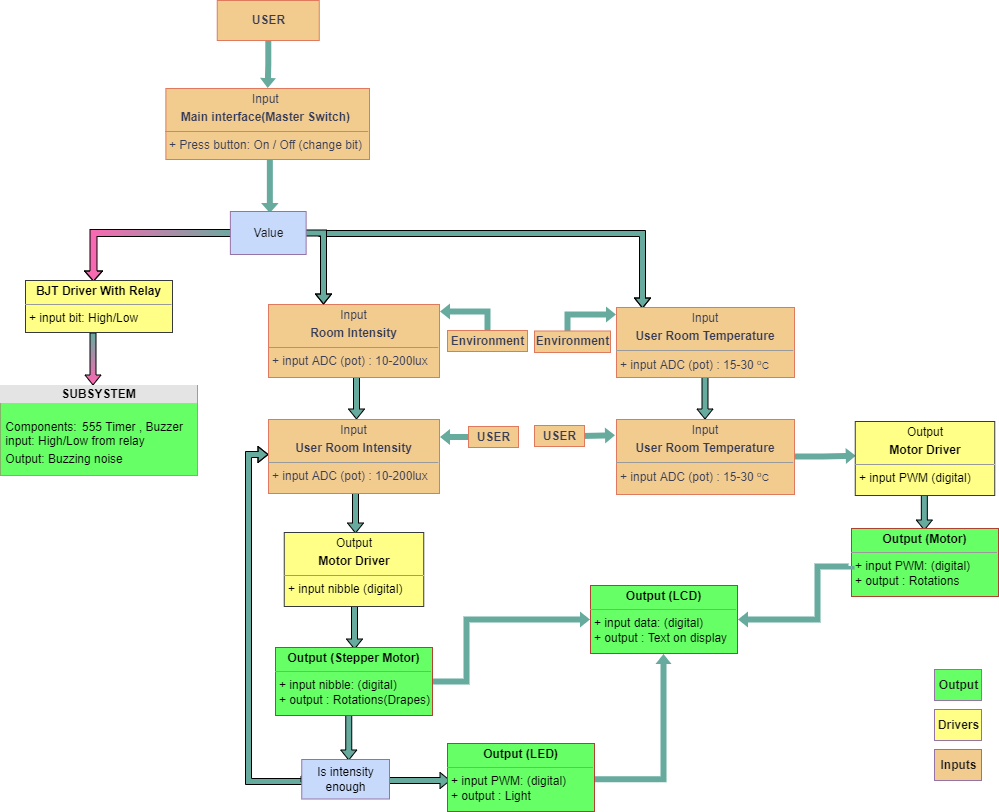
praveenraj2001/M2-EmbSys keeps this draw.io diagram as Project/6_ImagesAndVideos/LL_UML_without_BG.png. Above is the earlier version. Source tidied: cells renumbered, new cells last; positions are measured from the earlier drawing's top-left corner, leaving out a move shared by most shapes.
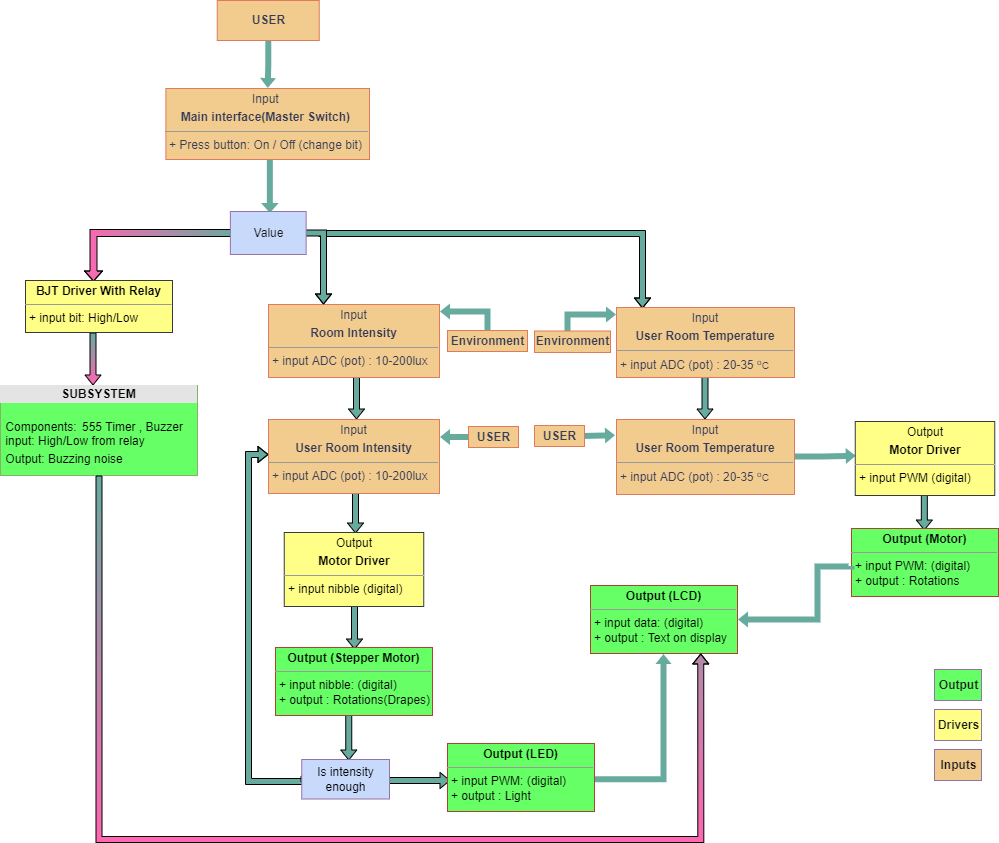
The same diagram one commit later.

The edit, as a diff of the source:
```diff
@@ -132,7 +132,7 @@
     <mxCell id="24" value="&lt;b&gt;USER&lt;/b&gt;" style="html=1;fillColor=#F2CC8F;strokeColor=#E07A5F;fontColor=#393C56;labelBackgroundColor=none;labelBorderColor=none;" parent="1" vertex="1">
       <mxGeometry x="468" y="426" width="50" height="21" as="geometry" />
     </mxCell>
-    <mxCell id="25" value="&lt;p style=&quot;margin: 0px ; margin-top: 4px ; text-align: center&quot;&gt;Input&lt;/p&gt;&lt;p style=&quot;margin: 0px ; margin-top: 4px ; text-align: center&quot;&gt;&lt;b&gt;User Room Temperature&lt;/b&gt;&lt;/p&gt;&lt;hr size=&quot;1&quot;&gt;&lt;p style=&quot;margin: 0px ; margin-left: 4px&quot;&gt;+ input ADC (pot) : 15-30 &lt;span style=&quot;font-size: 10px&quot;&gt;&lt;sup&gt;o&lt;/sup&gt;C&lt;/span&gt;&lt;/p&gt;&lt;br&gt;&lt;p style=&quot;margin: 0px ; margin-left: 4px&quot;&gt;&amp;nbsp;&lt;br&gt;&lt;/p&gt;" style="verticalAlign=top;align=left;overflow=fill;fontSize=12;fontFamily=Helvetica;html=1;fillColor=#F2CC8F;strokeColor=#E07A5F;fontColor=#393C56;" parent="1" vertex="1">
+    <mxCell id="25" value="&lt;p style=&quot;margin: 0px ; margin-top: 4px ; text-align: center&quot;&gt;Input&lt;/p&gt;&lt;p style=&quot;margin: 0px ; margin-top: 4px ; text-align: center&quot;&gt;&lt;b&gt;User Room Temperature&lt;/b&gt;&lt;/p&gt;&lt;hr size=&quot;1&quot;&gt;&lt;p style=&quot;margin: 0px ; margin-left: 4px&quot;&gt;+ input ADC (pot) : 20-35&amp;nbsp;&lt;span style=&quot;font-size: 10px&quot;&gt;&lt;sup&gt;o&lt;/sup&gt;C&lt;/span&gt;&lt;/p&gt;&lt;br&gt;&lt;p style=&quot;margin: 0px ; margin-left: 4px&quot;&gt;&amp;nbsp;&lt;br&gt;&lt;/p&gt;" style="verticalAlign=top;align=left;overflow=fill;fontSize=12;fontFamily=Helvetica;html=1;fillColor=#F2CC8F;strokeColor=#E07A5F;fontColor=#393C56;" parent="1" vertex="1">
       <mxGeometry x="616" y="419" width="178" height="75" as="geometry" />
     </mxCell>
     <mxCell id="26" style="edgeStyle=orthogonalEdgeStyle;rounded=0;orthogonalLoop=1;jettySize=auto;html=1;fontColor=#393C56;labelBackgroundColor=#F4F1DE;strokeColor=none;shape=flexArrow;endSize=3;startSize=3;targetPerimeterSpacing=0;sourcePerimeterSpacing=0;strokeWidth=1;fillColor=#67AB9F;width=6;endWidth=9;exitX=1;exitY=0.5;exitDx=0;exitDy=0;" parent="1" edge="1">
@@ -161,7 +161,7 @@
     <mxCell id="30" value="&lt;b&gt;Environment&lt;/b&gt;" style="html=1;fillColor=#F2CC8F;strokeColor=#E07A5F;fontColor=#393C56;labelBackgroundColor=none;labelBorderColor=none;" parent="1" vertex="1">
       <mxGeometry x="447" y="330" width="80" height="21" as="geometry" />
     </mxCell>
-    <mxCell id="31" value="&lt;p style=&quot;margin: 0px ; margin-top: 4px ; text-align: center&quot;&gt;Input&lt;/p&gt;&lt;p style=&quot;margin: 0px ; margin-top: 4px ; text-align: center&quot;&gt;&lt;b&gt;User Room Temperature&lt;/b&gt;&lt;/p&gt;&lt;hr size=&quot;1&quot;&gt;&lt;p style=&quot;margin: 0px ; margin-left: 4px&quot;&gt;+ input ADC (pot) : 15-30 &lt;span style=&quot;font-size: 10px&quot;&gt;&lt;sup&gt;o&lt;/sup&gt;C&lt;/span&gt;&lt;/p&gt;&lt;br&gt;&lt;p style=&quot;margin: 0px ; margin-left: 4px&quot;&gt;&amp;nbsp;&lt;br&gt;&lt;/p&gt;" style="verticalAlign=top;align=left;overflow=fill;fontSize=12;fontFamily=Helvetica;html=1;fillColor=#F2CC8F;strokeColor=#E07A5F;fontColor=#393C56;" parent="1" vertex="1">
+    <mxCell id="31" value="&lt;p style=&quot;margin: 0px ; margin-top: 4px ; text-align: center&quot;&gt;Input&lt;/p&gt;&lt;p style=&quot;margin: 0px ; margin-top: 4px ; text-align: center&quot;&gt;&lt;b&gt;User Room Temperature&lt;/b&gt;&lt;/p&gt;&lt;hr size=&quot;1&quot;&gt;&lt;p style=&quot;margin: 0px ; margin-left: 4px&quot;&gt;+ input ADC (pot) : 20-35&amp;nbsp;&lt;span style=&quot;font-size: 10px&quot;&gt;&lt;sup&gt;o&lt;/sup&gt;C&lt;/span&gt;&lt;/p&gt;&lt;br&gt;&lt;p style=&quot;margin: 0px ; margin-left: 4px&quot;&gt;&amp;nbsp;&lt;br&gt;&lt;/p&gt;" style="verticalAlign=top;align=left;overflow=fill;fontSize=12;fontFamily=Helvetica;html=1;fillColor=#F2CC8F;strokeColor=#E07A5F;fontColor=#393C56;" parent="1" vertex="1">
       <mxGeometry x="616" y="307" width="178" height="70" as="geometry" />
     </mxCell>
     <mxCell id="32" style="edgeStyle=orthogonalEdgeStyle;rounded=0;orthogonalLoop=1;jettySize=auto;html=1;fontColor=#393C56;labelBackgroundColor=#F4F1DE;strokeColor=none;shape=flexArrow;endSize=3;startSize=3;targetPerimeterSpacing=0;sourcePerimeterSpacing=0;strokeWidth=1;fillColor=#67AB9F;width=6;endWidth=9;entryX=0;entryY=0;entryDx=0;entryDy=0;" parent="1" edge="1">
@@ -219,15 +219,6 @@
     <mxCell id="45" value="&lt;p style=&quot;margin: 0px ; margin-top: 4px ; text-align: center&quot;&gt;Output&lt;/p&gt;&lt;p style=&quot;margin: 0px ; margin-top: 4px ; text-align: center&quot;&gt;&lt;b&gt;Motor Driver&lt;/b&gt;&lt;/p&gt;&lt;hr size=&quot;1&quot;&gt;&lt;p style=&quot;margin: 0px ; margin-left: 4px&quot;&gt;+ input PWM (digital)&amp;nbsp;&amp;nbsp;&lt;br&gt;&lt;/p&gt;" style="verticalAlign=top;align=left;overflow=fill;fontSize=12;fontFamily=Helvetica;html=1;fillColor=#ffff88;strokeColor=#36393d;" parent="1" vertex="1">
       <mxGeometry x="854.8" y="421" width="139.5" height="74" as="geometry" />
     </mxCell>
-    <mxCell id="46" style="edgeStyle=orthogonalEdgeStyle;rounded=0;jettySize=auto;html=1;fontColor=#393C56;labelBackgroundColor=#F4F1DE;strokeColor=none;shape=flexArrow;endSize=3;startSize=3;targetPerimeterSpacing=0;sourcePerimeterSpacing=0;strokeWidth=1;fillColor=#67AB9F;width=6;endWidth=9;exitX=1;exitY=0.5;exitDx=0;exitDy=0;entryX=0;entryY=0.5;entryDx=0;entryDy=0;" parent="1" edge="1" target="41">
-      <mxGeometry relative="1" as="geometry">
-        <mxPoint x="432" y="681.1" as="sourcePoint" />
-        <Array as="points">
-          <mxPoint x="466" y="681" />
-          <mxPoint x="466" y="619" />
-        </Array>
-      </mxGeometry>
-    </mxCell>
     <mxCell id="47" style="edgeStyle=orthogonalEdgeStyle;rounded=0;jettySize=auto;html=1;fontColor=#393C56;labelBackgroundColor=#F4F1DE;strokeColor=none;shape=flexArrow;endSize=3;startSize=3;targetPerimeterSpacing=0;sourcePerimeterSpacing=0;strokeWidth=1;fillColor=#67AB9F;width=6;endWidth=9;exitX=1;exitY=0.5;exitDx=0;exitDy=0;entryX=1;entryY=0.5;entryDx=0;entryDy=0;" parent="1" edge="1" target="41">
       <mxGeometry relative="1" as="geometry">
         <mxPoint x="851" y="565" as="sourcePoint" />
@@ -246,5 +237,13 @@
     <mxCell id="50" value="&lt;b&gt;Inputs&lt;/b&gt;" style="html=1;labelBackgroundColor=none;fontColor=#1A1A1A;strokeColor=#9673A6;fillColor=#F2CC8F;gradientColor=none;" parent="1" vertex="1">
       <mxGeometry x="934" y="749" width="47" height="31" as="geometry" />
     </mxCell>
+    <mxCell id="51" style="edgeStyle=orthogonalEdgeStyle;shape=flexArrow;rounded=0;jettySize=auto;html=1;startSize=3;endSize=3;sourcePerimeterSpacing=0;targetPerimeterSpacing=0;strokeWidth=1;fillColor=#67AB9F;width=6;endWidth=9;gradientColor=#FF66B3;gradientDirection=south;exitX=0.5;exitY=1;exitDx=0;exitDy=0;entryX=0.75;entryY=1;entryDx=0;entryDy=0;" parent="1" edge="1" source="20" target="41">
+      <mxGeometry relative="1" as="geometry">
+        <Array as="points">
+          <mxPoint x="99" y="839" />
+          <mxPoint x="700" y="839" />
+        </Array>
+      </mxGeometry>
+    </mxCell>
   </root>
 </mxGraphModel>
```
